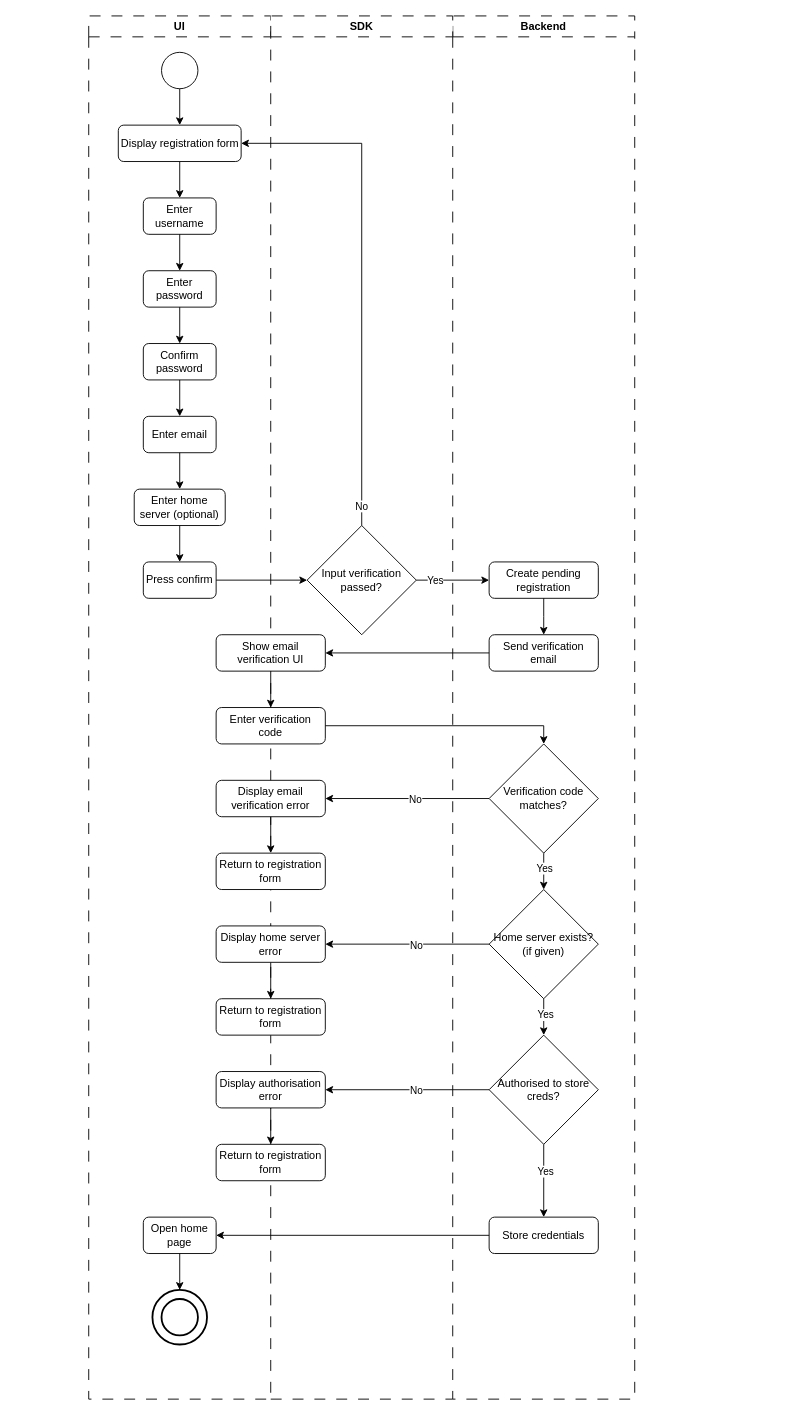
Before: Design/Architecture/WorkflowDiagrams/Files/RegistrationDiagram.drawio in Mx-Angel/ConnText-Docs, a draw.io diagram. Source tidied: cells renumbered, new cells numbered last; positions are measured from the earlier drawing's top-left corner, leaving out a move shared by most shapes. Both pictures are drawn from the tidied source at 91%, with x=0, y=0 at pixel (88, 15).
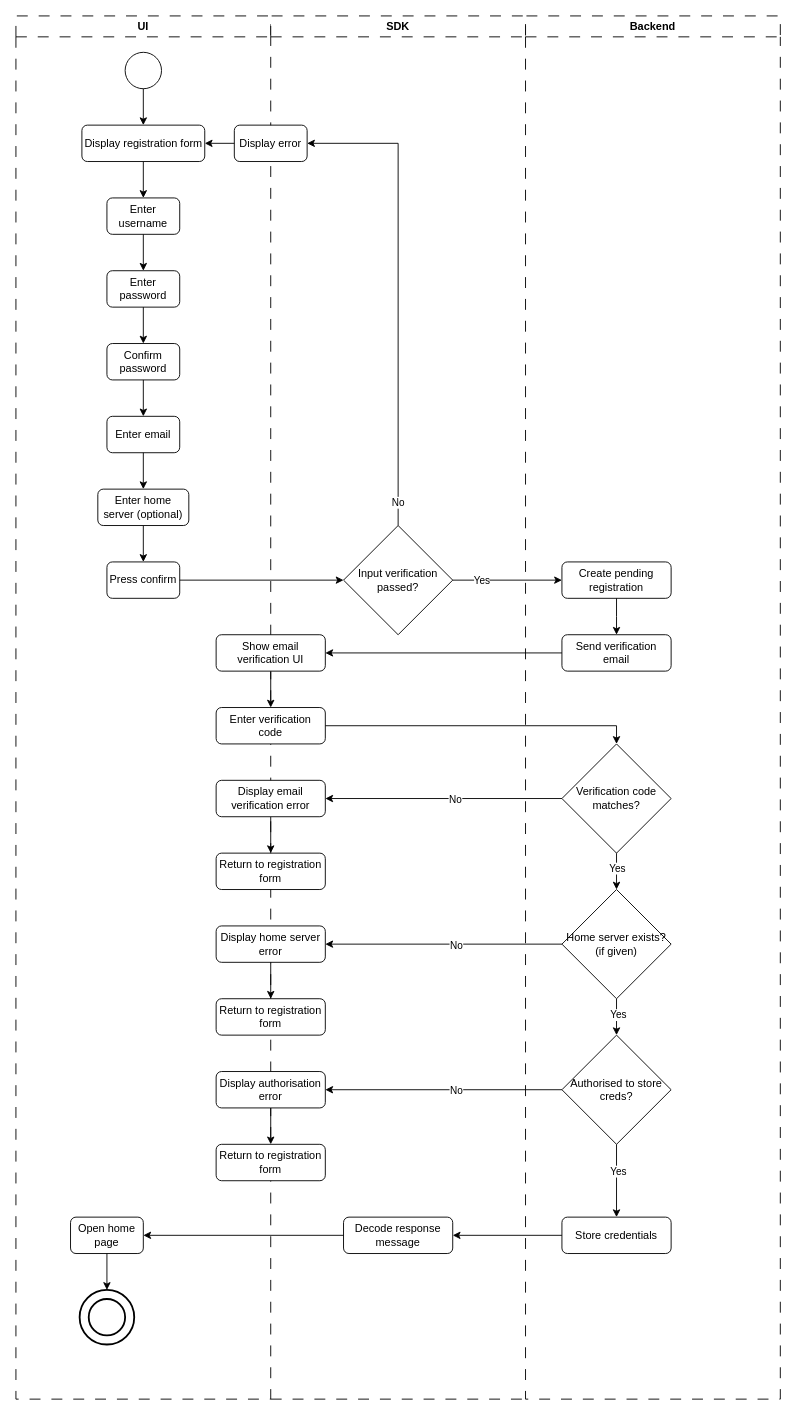
Above is the later version.

Commit message (it also covers changes not shown here):
Update registration activity diagram

The change refers to these unchanged cells:
```xml
<mxCell id="16" value="Open home page" style="rounded=1;whiteSpace=wrap;html=1;roundedPerimeter=1;" parent="2" vertex="1">
  <mxGeometry x="60" y="1320" width="80" height="40" as="geometry" />
</mxCell>
<mxCell id="35" value="Store credentials" style="rounded=1;whiteSpace=wrap;html=1;roundedPerimeter=1;" parent="23" vertex="1">
  <mxGeometry x="40" y="1320" width="120" height="40" as="geometry" />
</mxCell>
```

What changed in the source:
```diff
@@
     <mxCell id="2" value="UI" style="swimlane;whiteSpace=wrap;html=1;dashed=1;dashPattern=12 12;" parent="1" vertex="1">
-      <mxGeometry width="200" height="1520" as="geometry" />
+      <mxGeometry x="-80" width="280" height="1520" as="geometry" />
     </mxCell>
     <mxCell id="3" style="ellipse;whiteSpace=wrap;html=1;shapeInside=1;" parent="2" vertex="1">
-      <mxGeometry x="80" y="40" width="40" height="40" as="geometry" />
+      <mxGeometry x="120" y="40" width="40" height="40" as="geometry" />
     </mxCell>
     <mxCell id="4" value="Enter username" style="rounded=1;whiteSpace=wrap;html=1;roundedPerimeter=1;" parent="2" vertex="1">
-      <mxGeometry x="60" y="200" width="80" height="40" as="geometry" />
+      <mxGeometry x="100" y="200" width="80" height="40" as="geometry" />
     </mxCell>
@@
     <mxCell id="6" value="Enter password" style="rounded=1;whiteSpace=wrap;html=1;roundedPerimeter=1;" parent="2" vertex="1">
-      <mxGeometry x="60" y="280" width="80" height="40" as="geometry" />
+      <mxGeometry x="100" y="280" width="80" height="40" as="geometry" />
     </mxCell>
@@
     <mxCell id="8" value="Confirm password" style="rounded=1;whiteSpace=wrap;html=1;roundedPerimeter=1;" parent="2" vertex="1">
-      <mxGeometry x="60" y="360" width="80" height="40" as="geometry" />
+      <mxGeometry x="100" y="360" width="80" height="40" as="geometry" />
     </mxCell>
@@
     <mxCell id="10" value="Enter email" style="rounded=1;whiteSpace=wrap;html=1;roundedPerimeter=1;" parent="2" vertex="1">
-      <mxGeometry x="60" y="440" width="80" height="40" as="geometry" />
+      <mxGeometry x="100" y="440" width="80" height="40" as="geometry" />
     </mxCell>
@@
     <mxCell id="12" value="Press confirm" style="rounded=1;whiteSpace=wrap;html=1;roundedPerimeter=1;" parent="2" vertex="1">
-      <mxGeometry x="60" y="600" width="80" height="40" as="geometry" />
+      <mxGeometry x="100" y="600" width="80" height="40" as="geometry" />
     </mxCell>
@@
     <mxCell id="15" value="Enter home server (optional)" style="rounded=1;whiteSpace=wrap;html=1;roundedPerimeter=1;" parent="2" vertex="1">
-      <mxGeometry x="50" y="520" width="100" height="40" as="geometry" />
+      <mxGeometry x="90" y="520" width="100" height="40" as="geometry" />
     </mxCell>
@@
     <mxCell id="22" value="Display registration form" style="rounded=1;whiteSpace=wrap;html=1;roundedPerimeter=1;" parent="2" vertex="1">
-      <mxGeometry x="32.5" y="120" width="135" height="40" as="geometry" />
+      <mxGeometry x="72.5" y="120" width="135" height="40" as="geometry" />
     </mxCell>
     <mxCell id="23" value="Backend" style="swimlane;whiteSpace=wrap;html=1;dashed=1;dashPattern=12 12;" parent="1" vertex="1">
-      <mxGeometry x="400" width="200" height="1520" as="geometry" />
+      <mxGeometry x="480" width="280" height="1520" as="geometry" />
     </mxCell>
@@
     <mxCell id="37" value="SDK" style="swimlane;whiteSpace=wrap;html=1;dashed=1;dashPattern=12 12;strokeWidth=1;swimlaneHead=1;swimlaneBody=0;" parent="1" vertex="1">
-      <mxGeometry x="200" width="200" height="1520" as="geometry" />
+      <mxGeometry x="200" width="280" height="1520" as="geometry" />
     </mxCell>
@@
     <mxCell id="41" value="Input verification passed?" style="rhombus;whiteSpace=wrap;html=1;shapeInside=1;" parent="37" vertex="1">
-      <mxGeometry x="40" y="560" width="120" height="120" as="geometry" />
+      <mxGeometry x="80" y="560" width="120" height="120" as="geometry" />
     </mxCell>
@@
+    <mxCell id="66" value="Display error" style="rounded=1;whiteSpace=wrap;html=1;roundedPerimeter=1;" parent="37" vertex="1">
+      <mxGeometry x="-40" y="120" width="80" height="40" as="geometry" />
+    </mxCell>
+    <mxCell id="57" style="edgeStyle=orthogonalEdgeStyle;rounded=0;jettySize=auto;html=1;exitX=0.5;exitY=0;exitDx=0;exitDy=0;entryX=1;entryY=0.5;entryDx=0;entryDy=0;" parent="37" edge="1" source="41" target="66">
+      <mxGeometry x="0.22" relative="1" as="geometry" />
+    </mxCell>
+    <mxCell id="58" value="No" style="edgeLabel;html=1;align=center;verticalAlign=middle;" parent="57" vertex="1">
+      <mxGeometry x="-0.9" y="1" relative="1" as="geometry" />
+    </mxCell>
+    <mxCell id="67" value="Decode response message" style="rounded=1;whiteSpace=wrap;html=1;roundedPerimeter=1;" parent="37" vertex="1">
+      <mxGeometry x="80" y="1320" width="120" height="40" as="geometry" />
+    </mxCell>
@@
-    <mxCell id="54" style="edgeStyle=orthogonalEdgeStyle;rounded=0;jettySize=auto;html=1;entryX=1;entryY=0.5;entryDx=0;entryDy=0;" parent="1" edge="1" source="35" target="16">
+    <mxCell id="54" style="edgeStyle=orthogonalEdgeStyle;rounded=0;jettySize=auto;html=1;entryX=1;entryY=0.5;entryDx=0;entryDy=0;" parent="1" edge="1" source="35" target="67">
       <mxGeometry relative="1" as="geometry" />
     </mxCell>
@@
-    <mxCell id="57" style="edgeStyle=orthogonalEdgeStyle;rounded=0;jettySize=auto;html=1;exitX=0.5;exitY=0;exitDx=0;exitDy=0;entryX=1;entryY=0.5;entryDx=0;entryDy=0;" parent="1" edge="1" source="41" target="22">
-      <mxGeometry relative="1" as="geometry" />
-    </mxCell>
-    <mxCell id="58" value="No" style="edgeLabel;html=1;align=center;verticalAlign=middle;" parent="57" vertex="1">
-      <mxGeometry x="-0.92" y="1" relative="1" as="geometry" />
-    </mxCell>
@@
+    <mxCell id="68" style="edgeStyle=orthogonalEdgeStyle;rounded=0;jettySize=auto;html=1;exitX=0;exitY=0.5;exitDx=0;exitDy=0;entryX=1;entryY=0.5;entryDx=0;entryDy=0;" parent="1" edge="1" source="66" target="22">
+      <mxGeometry relative="1" as="geometry" />
+    </mxCell>
+    <mxCell id="69" style="edgeStyle=orthogonalEdgeStyle;rounded=0;jettySize=auto;html=1;exitX=0;exitY=0.5;exitDx=0;exitDy=0;entryX=1;entryY=0.5;entryDx=0;entryDy=0;" parent="1" edge="1" source="67" target="16">
+      <mxGeometry relative="1" as="geometry" />
+    </mxCell>
```
